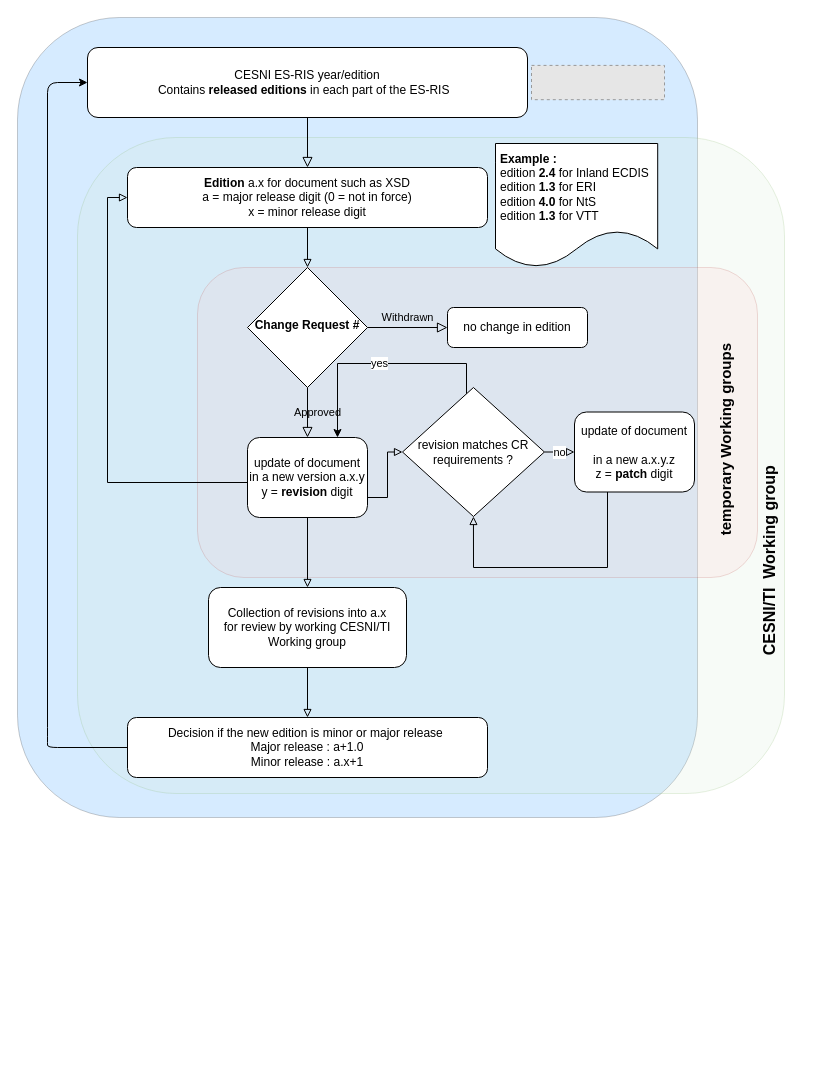
Before: docs/RIS-versioning.drawio in cesniti/ris_public_files, a draw.io diagram. Source tidied: cells renumbered, new cells numbered last; positions are measured from the earlier drawing's top-left corner, leaving out a move shared by most shapes. Both pictures are drawn from the tidied source at 100%, with x=0, y=0 at pixel (17, 17). Pictures stored in the file or linked from it are replaced by grey dashed boxes.
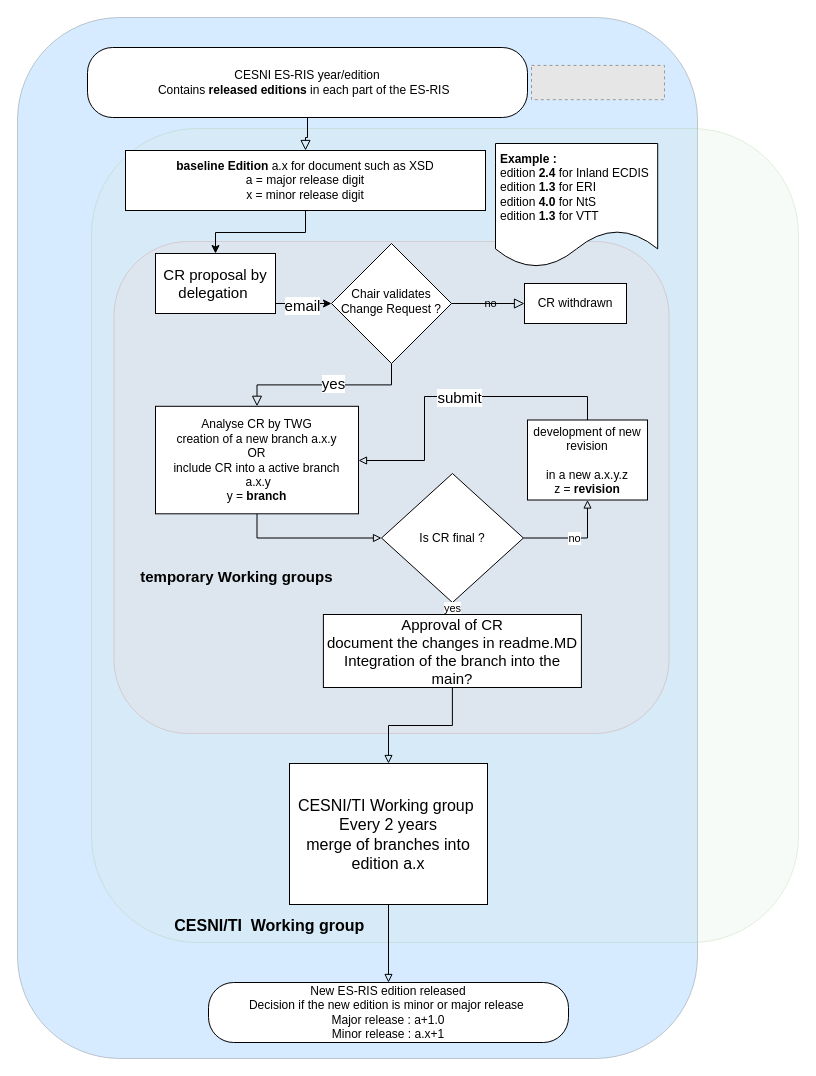
The same page after the edit.

The edit, as a diff of the source:
```diff
@@
     <mxCell id="2" style="rounded=1;whiteSpace=wrap;html=1;fillColor=#3399FF;opacity=20;" parent="1" vertex="1">
-      <mxGeometry width="680" height="800" as="geometry" />
+      <mxGeometry width="680" height="1041" as="geometry" />
     </mxCell>
     <mxCell id="3" style="rounded=1;whiteSpace=wrap;html=1;fillColor=#d5e8d4;opacity=20;strokeColor=#82b366;" parent="1" vertex="1">
-      <mxGeometry x="60" y="120" width="707" height="656" as="geometry" />
+      <mxGeometry x="74" y="111" width="707" height="814" as="geometry" />
     </mxCell>
     <mxCell id="4" style="rounded=1;whiteSpace=wrap;html=1;fillColor=#f8cecc;opacity=20;strokeColor=#b85450;" parent="1" vertex="1">
-      <mxGeometry x="180" y="250" width="560" height="310" as="geometry" />
+      <mxGeometry x="96.5" y="224" width="555" height="492" as="geometry" />
     </mxCell>
@@
-    <mxCell id="6" value="CESNI ES-RIS year/edition&lt;br&gt;Contains &lt;b&gt;released editions&lt;/b&gt;&amp;nbsp;in each part of the ES-RIS&amp;nbsp;&amp;nbsp;" style="rounded=1;whiteSpace=wrap;html=1;fontSize=12;glass=0;strokeWidth=1;shadow=0;" parent="1" vertex="1">
+    <mxCell id="6" value="CESNI ES-RIS year/edition&lt;br&gt;Contains &lt;b&gt;released editions&lt;/b&gt;&amp;nbsp;in each part of the ES-RIS&amp;nbsp;&amp;nbsp;" style="rounded=1;whiteSpace=wrap;html=1;fontSize=12;glass=0;strokeWidth=1;shadow=0;arcSize=36;" parent="1" vertex="1">
       <mxGeometry x="70" y="30" width="440" height="70" as="geometry" />
     </mxCell>
-    <mxCell id="7" value="Approved" style="rounded=0;html=1;jettySize=auto;fontSize=11;endArrow=block;endFill=0;endSize=8;strokeWidth=1;shadow=0;labelBackgroundColor=none;edgeStyle=orthogonalEdgeStyle;entryX=0.5;entryY=0;entryDx=0;entryDy=0;" parent="1" edge="1" source="9" target="18">
-      <mxGeometry y="10" relative="1" as="geometry">
-        <Array as="points">
-          <mxPoint x="290" y="410" />
-        </Array>
-      </mxGeometry>
+    <mxCell id="7" style="rounded=0;html=1;jettySize=auto;fontSize=11;endArrow=block;endFill=0;endSize=8;strokeWidth=1;shadow=0;labelBackgroundColor=none;edgeStyle=orthogonalEdgeStyle;entryX=0.5;entryY=0;entryDx=0;entryDy=0;exitX=0.5;exitY=1;exitDx=0;exitDy=0;" parent="1" edge="1" source="9" target="18">
+      <mxGeometry y="10" relative="1" as="geometry" />
     </mxCell>
+    <mxCell id="30" value="yes" style="edgeLabel;html=1;align=center;verticalAlign=middle;fontSize=15;" parent="7" vertex="1">
+      <mxGeometry x="-0.1" y="-2" relative="1" as="geometry" />
+    </mxCell>
-    <mxCell id="8" value="Withdrawn" style="edgeStyle=orthogonalEdgeStyle;rounded=0;html=1;jettySize=auto;fontSize=11;endArrow=block;endFill=0;endSize=8;strokeWidth=1;shadow=0;labelBackgroundColor=none;" parent="1" edge="1" source="9" target="10">
-      <mxGeometry y="10" relative="1" as="geometry" />
+    <mxCell id="8" value="no" style="edgeStyle=orthogonalEdgeStyle;rounded=0;html=1;jettySize=auto;fontSize=11;endArrow=block;endFill=0;endSize=8;strokeWidth=1;shadow=0;labelBackgroundColor=none;" parent="1" edge="1" source="9" target="10">
+      <mxGeometry x="0.06" relative="1" as="geometry" />
     </mxCell>
-    <mxCell id="9" value="&lt;b&gt;Change Request #&lt;/b&gt;" style="rhombus;whiteSpace=wrap;html=1;shadow=0;fontFamily=Helvetica;fontSize=12;align=center;strokeWidth=1;spacing=6;spacingTop=-4;" parent="1" vertex="1">
-      <mxGeometry x="230" y="250" width="120" height="120" as="geometry" />
+    <mxCell id="9" value="Chair validates Change Request ?" style="rhombus;whiteSpace=wrap;html=1;shadow=0;fontFamily=Helvetica;fontSize=12;align=center;strokeWidth=1;spacing=6;spacingTop=-4;" parent="1" vertex="1">
+      <mxGeometry x="314" y="226" width="120" height="120" as="geometry" />
     </mxCell>
-    <mxCell id="10" value="no change in edition" style="rounded=1;whiteSpace=wrap;html=1;fontSize=12;glass=0;strokeWidth=1;shadow=0;" parent="1" vertex="1">
-      <mxGeometry x="430" y="290" width="140" height="40" as="geometry" />
+    <mxCell id="10" value="CR withdrawn" style="rounded=0;whiteSpace=wrap;html=1;fontSize=12;glass=0;strokeWidth=1;shadow=0;" parent="1" vertex="1">
+      <mxGeometry x="507" y="266" width="102" height="40" as="geometry" />
     </mxCell>
+    <mxCell id="31" style="edgeStyle=elbowEdgeStyle;rounded=0;jettySize=auto;elbow=vertical;html=1;fontSize=15;" parent="1" edge="1" source="11" target="36">
+      <mxGeometry relative="1" as="geometry" />
+    </mxCell>
-    <mxCell id="11" value="&lt;b&gt;Edition&lt;/b&gt; a.x for document such as XSD&lt;br&gt;a = major release digit (0 = not in force)&lt;br&gt;x = minor release digit" style="rounded=1;whiteSpace=wrap;html=1;" parent="1" vertex="1">
-      <mxGeometry x="110" y="150" width="360" height="60" as="geometry" />
+    <mxCell id="11" value="&lt;b&gt;baseline Edition&lt;/b&gt; a.x for document such as XSD&lt;br&gt;a = major release digit&lt;br&gt;x = minor release digit" style="rounded=0;whiteSpace=wrap;html=1;" parent="1" vertex="1">
+      <mxGeometry x="108" y="133" width="360" height="60" as="geometry" />
     </mxCell>
-    <mxCell id="12" value="Decision if the new edition is minor or major release&amp;nbsp;&lt;br&gt;Major release : a+1.0&lt;br&gt;Minor release : a.x+1" style="rounded=1;whiteSpace=wrap;html=1;" parent="1" vertex="1">
-      <mxGeometry x="110" y="700" width="360" height="60" as="geometry" />
+    <mxCell id="12" value="New ES-RIS edition released&lt;br&gt;Decision if the new edition is minor or major release&amp;nbsp;&lt;br&gt;Major release : a+1.0&lt;br&gt;Minor release : a.x+1" style="rounded=1;whiteSpace=wrap;html=1;arcSize=42;" parent="1" vertex="1">
+      <mxGeometry x="191" y="965" width="360" height="60" as="geometry" />
     </mxCell>
-    <mxCell id="13" style="endArrow=none;startArrow=classic;html=1;exitX=0;exitY=0.5;exitDx=0;exitDy=0;entryX=0;entryY=0.5;entryDx=0;entryDy=0;endFill=0;" parent="1" edge="1" source="6" target="12">
-      <mxGeometry relative="1" as="geometry">
-        <Array as="points">
-          <mxPoint x="30" y="65" />
-          <mxPoint x="30" y="720" />
-          <mxPoint x="30" y="730" />
-        </Array>
-      </mxGeometry>
-    </mxCell>
-    <mxCell id="14" style="endArrow=none;startArrow=block;html=1;entryX=0.5;entryY=1;entryDx=0;entryDy=0;exitX=0.5;exitY=0;exitDx=0;exitDy=0;startFill=0;endFill=0;" parent="1" edge="1" source="9" target="11">
-      <mxGeometry relative="1" as="geometry" />
-    </mxCell>
-    <mxCell id="15" style="edgeStyle=orthogonalEdgeStyle;rounded=0;jettySize=auto;html=1;startArrow=none;startFill=0;endArrow=block;endFill=0;" parent="1" edge="1" source="18">
-      <mxGeometry relative="1" as="geometry">
-        <mxPoint x="110" y="180" as="targetPoint" />
-        <Array as="points">
-          <mxPoint x="90" y="465" />
-          <mxPoint x="90" y="180" />
-          <mxPoint x="110" y="180" />
-        </Array>
-      </mxGeometry>
-    </mxCell>
-    <mxCell id="16" style="edgeStyle=orthogonalEdgeStyle;rounded=0;jettySize=auto;html=1;entryX=0.5;entryY=0;entryDx=0;entryDy=0;startArrow=none;startFill=0;endArrow=block;endFill=0;" parent="1" edge="1" source="18" target="20">
-      <mxGeometry relative="1" as="geometry" />
-    </mxCell>
-    <mxCell id="17" style="edgeStyle=orthogonalEdgeStyle;rounded=0;jettySize=auto;html=1;startArrow=none;startFill=0;endArrow=block;endFill=0;exitX=1;exitY=0.75;exitDx=0;exitDy=0;entryX=0;entryY=0.5;entryDx=0;entryDy=0;" parent="1" edge="1" source="18" target="23">
+    <mxCell id="17" style="edgeStyle=orthogonalEdgeStyle;rounded=0;jettySize=auto;html=1;startArrow=none;startFill=0;endArrow=block;endFill=0;exitX=0.5;exitY=1;exitDx=0;exitDy=0;entryX=0;entryY=0.5;entryDx=0;entryDy=0;" parent="1" edge="1" source="18" target="23">
       <mxGeometry relative="1" as="geometry" />
     </mxCell>
-    <mxCell id="18" value="update of document&lt;br&gt;in a new version a.x.y&lt;br&gt;y = &lt;b&gt;revision &lt;/b&gt;digit" style="rounded=1;whiteSpace=wrap;html=1;" parent="1" vertex="1">
-      <mxGeometry x="230" y="420" width="120" height="80" as="geometry" />
+    <mxCell id="18" value="Analyse CR by TWG&lt;br&gt;creation of a new branch a.x.y&lt;br&gt;OR&lt;br&gt;include CR into a active branch&lt;br&gt;&amp;nbsp;a.x.y&lt;br&gt;y = &lt;b&gt;branch&lt;/b&gt;" style="rounded=0;whiteSpace=wrap;html=1;" parent="1" vertex="1">
+      <mxGeometry x="138" y="388.8" width="203" height="107.5" as="geometry" />
     </mxCell>
-    <mxCell id="19" style="edgeStyle=orthogonalEdgeStyle;rounded=0;jettySize=auto;html=1;entryX=0.5;entryY=0;entryDx=0;entryDy=0;startArrow=none;startFill=0;endArrow=block;endFill=0;" parent="1" edge="1" source="20" target="12">
+    <mxCell id="19" style="rounded=0;jettySize=auto;html=1;entryX=0.5;entryY=0;entryDx=0;entryDy=0;startArrow=none;startFill=0;endArrow=block;endFill=0;" parent="1" edge="1" source="20" target="12">
       <mxGeometry relative="1" as="geometry" />
     </mxCell>
-    <mxCell id="20" value="Collection of revisions into a.x&lt;br&gt;for review by working CESNI/TI Working group" style="rounded=1;whiteSpace=wrap;html=1;" parent="1" vertex="1">
-      <mxGeometry x="191" y="570" width="198" height="80" as="geometry" />
+    <mxCell id="20" value="&lt;font style=&quot;font-size: 16px&quot;&gt;CESNI/TI&amp;nbsp;Working group&amp;nbsp;&lt;br&gt;Every 2 years &lt;br&gt;merge of branches into edition a.x&lt;/font&gt;" style="rounded=0;whiteSpace=wrap;html=1;" parent="1" vertex="1">
+      <mxGeometry x="272" y="746" width="198" height="141" as="geometry" />
     </mxCell>
-    <mxCell id="21" value="no" style="edgeStyle=orthogonalEdgeStyle;rounded=0;jettySize=auto;html=1;startArrow=none;startFill=0;endArrow=block;endFill=0;" parent="1" edge="1" source="23" target="25">
+    <mxCell id="21" value="no" style="edgeStyle=orthogonalEdgeStyle;rounded=0;jettySize=auto;html=1;startArrow=none;startFill=0;endArrow=block;endFill=0;entryX=0.5;entryY=1;entryDx=0;entryDy=0;" parent="1" edge="1" source="23" target="25">
       <mxGeometry relative="1" as="geometry" />
     </mxCell>
-    <mxCell id="22" value="yes" style="edgeStyle=orthogonalEdgeStyle;rounded=0;jettySize=auto;html=1;" parent="1" edge="1" source="23">
-      <mxGeometry relative="1" as="geometry">
-        <mxPoint x="320" y="420" as="targetPoint" />
-        <Array as="points">
-          <mxPoint x="449" y="346" />
-          <mxPoint x="320" y="346" />
-        </Array>
-      </mxGeometry>
-    </mxCell>
-    <mxCell id="23" value="revision matches CR &lt;br&gt;requirements&amp;nbsp;?" style="rhombus;whiteSpace=wrap;html=1;rounded=0;" parent="1" vertex="1">
-      <mxGeometry x="385" y="370" width="141.9" height="129" as="geometry" />
+    <mxCell id="23" value="Is CR final ?" style="rhombus;whiteSpace=wrap;html=1;rounded=0;" parent="1" vertex="1">
+      <mxGeometry x="364" y="456" width="141.9" height="129" as="geometry" />
     </mxCell>
-    <mxCell id="24" style="edgeStyle=orthogonalEdgeStyle;rounded=0;jettySize=auto;html=1;entryX=0.5;entryY=1;entryDx=0;entryDy=0;startArrow=none;startFill=0;endArrow=block;endFill=0;" parent="1" edge="1" source="25" target="23">
+    <mxCell id="24" style="edgeStyle=orthogonalEdgeStyle;rounded=0;jettySize=auto;html=1;startArrow=none;startFill=0;endArrow=block;endFill=0;exitX=0.5;exitY=0;exitDx=0;exitDy=0;" parent="1" edge="1" source="25" target="18">
       <mxGeometry relative="1" as="geometry">
         <Array as="points">
-          <mxPoint x="590" y="550" />
-          <mxPoint x="456" y="550" />
+          <mxPoint x="570" y="379" />
+          <mxPoint x="407" y="379" />
+          <mxPoint x="407" y="443" />
         </Array>
       </mxGeometry>
     </mxCell>
+    <mxCell id="32" value="submit" style="edgeLabel;html=1;align=center;verticalAlign=middle;fontSize=15;" parent="24" vertex="1">
+      <mxGeometry x="-0.04" relative="1" as="geometry" />
+    </mxCell>
-    <mxCell id="25" value="update of document&lt;br&gt;&lt;br&gt;in a new a.x.y.z&lt;br&gt;z = &lt;b&gt;patch &lt;/b&gt;digit" style="rounded=1;whiteSpace=wrap;html=1;" parent="1" vertex="1">
-      <mxGeometry x="557" y="394.5" width="120" height="80" as="geometry" />
+    <mxCell id="25" value="development of new revision&lt;br&gt;&lt;br&gt;in a new a.x.y.z&lt;br&gt;z = &lt;b&gt;revision&lt;/b&gt;" style="rounded=0;whiteSpace=wrap;html=1;" parent="1" vertex="1">
+      <mxGeometry x="510" y="402.5" width="120" height="80" as="geometry" />
     </mxCell>
@@
-    <mxCell id="28" value="CESNI/TI&amp;nbsp;&amp;nbsp;Working group&amp;nbsp;" style="text;html=1;strokeColor=none;fillColor=none;align=center;verticalAlign=middle;whiteSpace=wrap;rounded=0;fontStyle=1;rotation=-90;fontSize=16;" parent="1" vertex="1">
-      <mxGeometry x="581" y="531" width="341" height="20" as="geometry" />
+    <mxCell id="28" value="CESNI/TI&amp;nbsp;&amp;nbsp;Working group&amp;nbsp;" style="text;html=1;strokeColor=none;fillColor=none;align=center;verticalAlign=middle;whiteSpace=wrap;rounded=0;fontStyle=1;rotation=0;fontSize=16;" parent="1" vertex="1">
+      <mxGeometry x="84" y="898" width="341" height="20" as="geometry" />
     </mxCell>
-    <mxCell id="29" value="temporary Working groups&amp;nbsp;" style="text;html=1;strokeColor=none;fillColor=none;align=center;verticalAlign=middle;whiteSpace=wrap;rounded=0;fontStyle=1;rotation=-90;fontSize=15;" parent="1" vertex="1">
-      <mxGeometry x="537" y="410" width="341" height="20" as="geometry" />
+    <mxCell id="29" value="temporary Working groups&amp;nbsp;" style="text;html=1;strokeColor=none;fillColor=none;align=center;verticalAlign=middle;whiteSpace=wrap;rounded=0;fontStyle=1;rotation=0;fontSize=15;" parent="1" vertex="1">
+      <mxGeometry x="51" y="549" width="341" height="20" as="geometry" />
     </mxCell>
+    <mxCell id="33" value="yes" style="rounded=0;jettySize=auto;html=1;startArrow=none;startFill=0;endArrow=block;endFill=0;exitX=0.5;exitY=1;exitDx=0;exitDy=0;edgeStyle=elbowEdgeStyle;elbow=vertical;entryX=0.5;entryY=0;entryDx=0;entryDy=0;" parent="1" edge="1" source="23" target="38">
+      <mxGeometry relative="1" as="geometry" />
+    </mxCell>
+    <mxCell id="34" style="edgeStyle=elbowEdgeStyle;rounded=0;jettySize=auto;elbow=vertical;html=1;entryX=0;entryY=0.5;entryDx=0;entryDy=0;fontSize=15;" parent="1" edge="1" source="36" target="9">
+      <mxGeometry relative="1" as="geometry" />
+    </mxCell>
+    <mxCell id="35" value="email" style="edgeLabel;html=1;align=center;verticalAlign=middle;fontSize=15;" parent="34" vertex="1">
+      <mxGeometry x="-0.07" y="-1" relative="1" as="geometry" />
+    </mxCell>
+    <mxCell id="36" value="CR proposal by delegation&amp;nbsp;" style="rounded=0;whiteSpace=wrap;html=1;fontSize=15;" parent="1" vertex="1">
+      <mxGeometry x="138" y="236" width="120" height="60" as="geometry" />
+    </mxCell>
+    <mxCell id="37" style="edgeStyle=orthogonalEdgeStyle;rounded=0;jettySize=auto;html=1;entryX=0.5;entryY=0;entryDx=0;entryDy=0;fontSize=15;endArrow=block;endFill=0;" parent="1" edge="1" source="38" target="20">
+      <mxGeometry relative="1" as="geometry" />
+    </mxCell>
+    <mxCell id="38" value="Approval of CR&lt;br&gt;document the changes in readme.MD&lt;br&gt;Integration of the branch into the main?" style="rounded=0;whiteSpace=wrap;html=1;fontSize=15;" parent="1" vertex="1">
+      <mxGeometry x="305.9" y="597" width="258" height="73" as="geometry" />
+    </mxCell>
```
